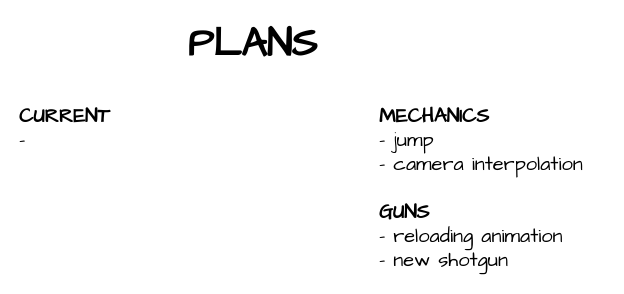
HasChad/bevy-shooting-range keeps this draw.io diagram as plans.drawio. Above is the earlier version. Source tidied: cells renumbered, new cells numbered last; positions are measured from the earlier drawing's top-left corner, leaving out a move shared by most shapes. Both pictures are drawn from the tidied source at 100%, with x=0, y=0 at pixel (17, 17).
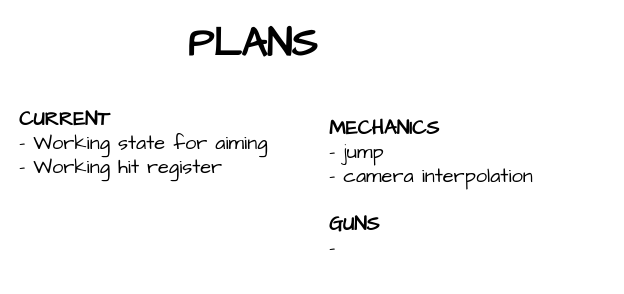
The same diagram, later.

Commit message (it also covers changes not shown here):
- now you cant aim while reloading - created new aim_control.rs file - updated plans

Diff of the diagram source:
```diff
@@
 <mxGraphModel>
   <root>
     <mxCell id="0" />
     <mxCell id="1" parent="0" />
-    <mxCell id="2" value="&lt;b&gt;MECHANICS&lt;/b&gt;&lt;br&gt;- jump&lt;br&gt;- camera interpolation&lt;br&gt;&lt;br&gt;&lt;b&gt;GUNS&lt;br&gt;&lt;/b&gt;- reloading animation&lt;br&gt;- new shotgun" style="text;html=1;align=left;verticalAlign=middle;strokeColor=none;fillColor=none;fontSize=20;fontFamily=Architects Daughter;sketch=1;hachureGap=4;jiggle=2;curveFitting=1;" parent="1" vertex="1">
-      <mxGeometry x="360" y="80" width="230" height="180" as="geometry" />
+    <mxCell id="2" value="&lt;b&gt;MECHANICS&lt;/b&gt;&lt;br&gt;- jump&lt;br&gt;- camera interpolation&lt;br&gt;&lt;br&gt;&lt;b&gt;GUNS&lt;/b&gt;&lt;br&gt;-" style="text;html=1;align=left;verticalAlign=middle;strokeColor=none;fillColor=none;fontSize=20;fontFamily=Architects Daughter;sketch=1;hachureGap=4;jiggle=2;curveFitting=1;" parent="1" vertex="1">
+      <mxGeometry x="310" y="90" width="230" height="160" as="geometry" />
     </mxCell>
-    <mxCell id="3" value="&lt;b&gt;CURRENT&lt;/b&gt;&lt;br&gt;-&amp;nbsp;" style="text;html=1;align=left;verticalAlign=middle;strokeColor=none;fillColor=none;fontSize=20;fontFamily=Architects Daughter;sketch=1;hachureGap=4;jiggle=2;curveFitting=1;" parent="1" vertex="1">
-      <mxGeometry y="80" width="110" height="60" as="geometry" />
+    <mxCell id="3" value="&lt;b&gt;CURRENT&lt;/b&gt;&lt;br&gt;- Working state for aiming&lt;br&gt;- Working hit register&lt;br&gt;" style="text;html=1;align=left;verticalAlign=middle;strokeColor=none;fillColor=none;fontSize=20;fontFamily=Architects Daughter;sketch=1;hachureGap=4;jiggle=2;curveFitting=1;" parent="1" vertex="1">
+      <mxGeometry y="80" width="270" height="90" as="geometry" />
     </mxCell>
     <mxCell id="4" value="&lt;p style=&quot;line-height: 0%;&quot;&gt;&lt;b style=&quot;&quot;&gt;&lt;font style=&quot;font-size: 40px;&quot;&gt;PLANS&lt;/font&gt;&lt;/b&gt;&lt;/p&gt;" style="text;html=1;align=center;verticalAlign=middle;strokeColor=none;fillColor=none;fontSize=20;fontFamily=Architects Daughter;sketch=1;hachureGap=4;jiggle=2;curveFitting=1;" parent="1" vertex="1">
       <mxGeometry x="160" width="150" height="60" as="geometry" />
     </mxCell>
   </root>
 </mxGraphModel>
```
